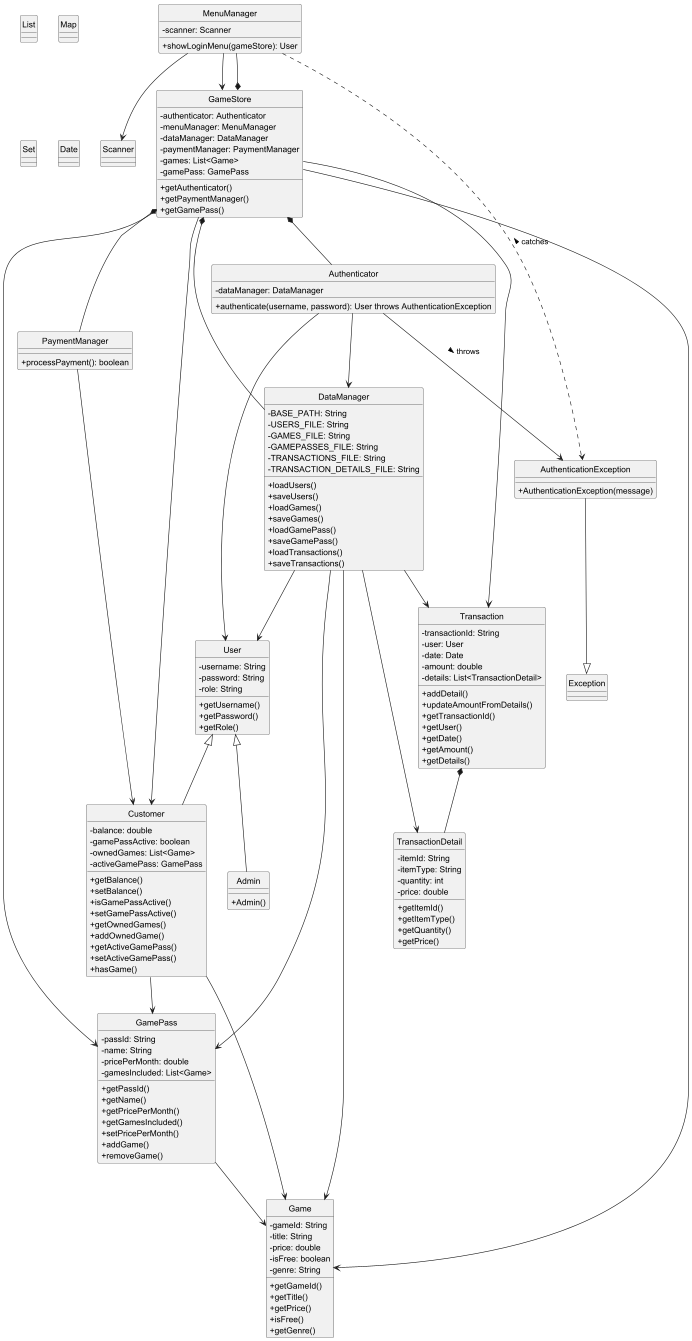
This is assets/ClassDiagram.png from Sancaaa/GameStore, a PlantUML export, as it was before one commit.
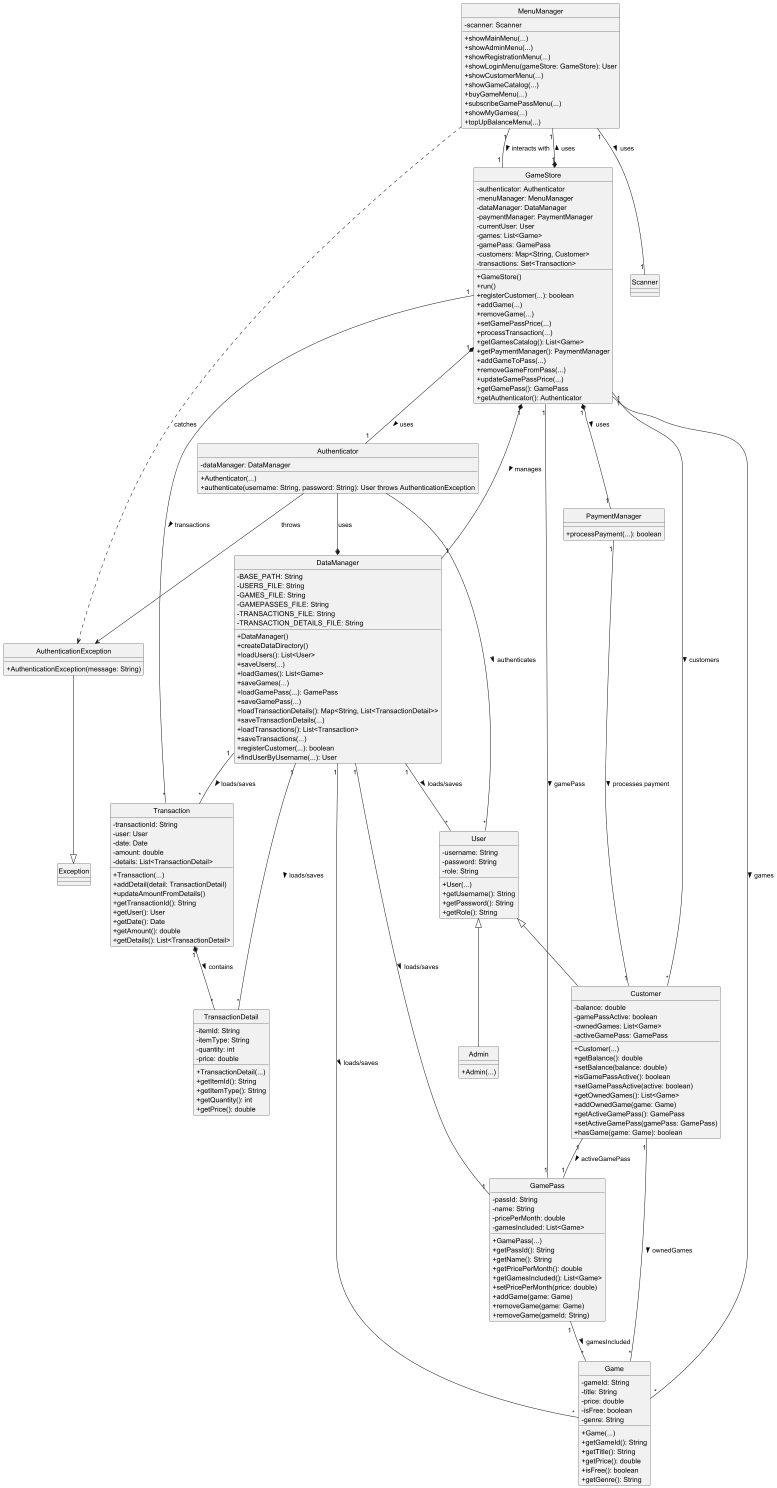
Later version of the same file.

Commit message:
insert UML, class diagram

The edit, as a diff of the source:
```diff
@@ -3,12 +3,6 @@
 skinparam classAttributeIconSize 0
 hide circle
 
-class List
-class Map
-class Set
-class Date
-class Scanner
-class Exception
 
 
 class Game {
@@ -17,20 +11,22 @@
     - price: double
     - isFree: boolean
     - genre: String
-    + getGameId()
-    + getTitle()
-    + getPrice()
-    + isFree()
-    + getGenre()
+    + Game(...)
+    + getGameId(): String
+    + getTitle(): String
+    + getPrice(): double
+    + isFree(): boolean
+    + getGenre(): String
 }
 
 class User {
     - username: String
     - password: String
     - role: String
-    + getUsername()
-    + getPassword()
-    + getRole()
+    + User(...)
+    + getUsername(): String
+    + getPassword(): String
+    + getRole(): String
 }
 
 class Customer {
@@ -38,19 +34,20 @@
     - gamePassActive: boolean
     - ownedGames: List<Game>
     - activeGamePass: GamePass
-    + getBalance()
-    + setBalance()
-    + isGamePassActive()
-    + setGamePassActive()
-    + getOwnedGames()
-    + addOwnedGame()
-    + getActiveGamePass()
-    + setActiveGamePass()
-    + hasGame()
+    + Customer(...)
+    + getBalance(): double
+    + setBalance(balance: double)
+    + isGamePassActive(): boolean
+    + setGamePassActive(active: boolean)
+    + getOwnedGames(): List<Game>
+    + addOwnedGame(game: Game)
+    + getActiveGamePass(): GamePass
+    + setActiveGamePass(gamePass: GamePass)
+    + hasGame(game: Game): boolean
 }
 
 class Admin {
-    + Admin()
+    + Admin(...)
 }
 
 class GamePass {
@@ -58,13 +55,15 @@
     - name: String
     - pricePerMonth: double
     - gamesIncluded: List<Game>
-    + getPassId()
-    + getName()
-    + getPricePerMonth()
-    + getGamesIncluded()
-    + setPricePerMonth()
-    + addGame()
-    + removeGame()
+    + GamePass(...)
+    + getPassId(): String
+    + getName(): String
+    + getPricePerMonth(): double
+    + getGamesIncluded(): List<Game>
+    + setPricePerMonth(price: double)
+    + addGame(game: Game)
+    + removeGame(game: Game)
+    + removeGame(gameId: String)
 }
 
 class Transaction {
@@ -73,13 +72,14 @@
     - date: Date
     - amount: double
     - details: List<TransactionDetail>
-    + addDetail()
+    + Transaction(...)
+    + addDetail(detail: TransactionDetail)
     + updateAmountFromDetails()
-    + getTransactionId()
-    + getUser()
-    + getDate()
-    + getAmount()
-    + getDetails()
+    + getTransactionId(): String
+    + getUser(): User
+    + getDate(): Date
+    + getAmount(): double
+    + getDetails(): List<TransactionDetail>
 }
 
 class TransactionDetail {
@@ -87,24 +87,35 @@
     - itemType: String
     - quantity: int
     - price: double
-    + getItemId()
-    + getItemType()
-    + getQuantity()
-    + getPrice()
+    + TransactionDetail(...)
+    + getItemId(): String
+    + getItemType(): String
+    + getQuantity(): int
+    + getPrice(): double
 }
 
 class Authenticator {
     - dataManager: DataManager
-    + authenticate(username, password): User throws AuthenticationException
+    + Authenticator(...)
+    + authenticate(username: String, password: String): User throws AuthenticationException
 }
 
 class AuthenticationException {
-    + AuthenticationException(message)
+    + AuthenticationException(message: String)
 }
 
 class MenuManager {
     - scanner: Scanner
-    + showLoginMenu(gameStore): User
+    + showMainMenu(...)
+    + showAdminMenu(...)
+    + showRegistrationMenu(...)
+    + showLoginMenu(gameStore: GameStore): User
+    + showCustomerMenu(...)
+    + showGameCatalog(...)
+    + buyGameMenu(...)
+    + subscribeGamePassMenu(...)
+    + showMyGames(...)
+    + topUpBalanceMenu(...)
 }
 
 class DataManager {
@@ -114,14 +125,20 @@
     - GAMEPASSES_FILE: String
     - TRANSACTIONS_FILE: String
     - TRANSACTION_DETAILS_FILE: String
-    + loadUsers()
-    + saveUsers()
-    + loadGames()
-    + saveGames()
-    + loadGamePass()
-    + saveGamePass()
-    + loadTransactions()
-    + saveTransactions()
+    + DataManager()
+    + createDataDirectory()
+    + loadUsers(): List<User>
+    + saveUsers(...)
+    + loadGames(): List<Game>
+    + saveGames(...)
+    + loadGamePass(...): GamePass
+    + saveGamePass(...)
+    + loadTransactionDetails(): Map<String, List<TransactionDetail>>
+    + saveTransactionDetails(...)
+    + loadTransactions(): List<Transaction>
+    + saveTransactions(...)
+    + registerCustomer(...): boolean
+    + findUserByUsername(...): User
 }
 
 class GameStore {
@@ -129,54 +146,67 @@
     - menuManager: MenuManager
     - dataManager: DataManager
     - paymentManager: PaymentManager
+    - currentUser: User
     - games: List<Game>
     - gamePass: GamePass
-    + getAuthenticator()
-    + getPaymentManager()
-    + getGamePass()
+    - customers: Map<String, Customer>
+    - transactions: Set<Transaction>
+    + GameStore()
+    + run()
+    + registerCustomer(...): boolean
+    + addGame(...)
+    + removeGame(...)
+    + setGamePassPrice(...)
+    + processTransaction(...)
+    + getGamesCatalog(): List<Game>
+    + getPaymentManager(): PaymentManager
+    + addGameToPass(...)
+    + removeGameFromPass(...)
+    + updateGamePassPrice(...)
+    + getGamePass(): GamePass
+    + getAuthenticator(): Authenticator
 }
 
 class PaymentManager {
-    + processPayment(): boolean
+    + processPayment(...): boolean
 }
 
 
 User <|-- Customer
 User <|-- Admin
 
-Transaction *-- TransactionDetail
+Transaction "1" *-- "*" TransactionDetail : contains >
 
-GameStore *-- DataManager
-GameStore *-- MenuManager
-GameStore *-- Authenticator
-GameStore *-- PaymentManager
-GameStore --> Game
-GameStore --> GamePass
-GameStore --> Customer
-GameStore --> Transaction
+GameStore "1" *-- "1" DataManager : manages >
+GameStore "1" *-- "1" MenuManager : uses >
+GameStore "1" *-- "1" Authenticator : uses >
+GameStore "1" *-- "1" PaymentManager : uses >
+GameStore "1" -- "*" Game : games >
+GameStore "1" -- "1" GamePass : gamePass >
+GameStore "1" -- "*" Customer : customers >
+GameStore "1" -- "*" Transaction : transactions >
 
-Customer --> Game
-Customer --> GamePass
+Customer "1" -- "*" Game : ownedGames >
+Customer "1" -- "1" GamePass : activeGamePass >
 
-GamePass --> Game
+GamePass "1" -- "*" Game : gamesIncluded >
 
-DataManager --> User
-DataManager --> Game
-DataManager --> GamePass
-DataManager --> Transaction
-DataManager --> TransactionDetail
+DataManager "1" -- "*" User : loads/saves >
+DataManager "1" -- "*" Game : loads/saves >
+DataManager "1" -- "1" GamePass : loads/saves >
+DataManager "1" -- "*" Transaction : loads/saves >
+DataManager "1" -- "*" TransactionDetail : loads/saves >
 
-MenuManager --> GameStore
-MenuManager --> Scanner
+MenuManager "1" -- "1" GameStore : interacts with >
+MenuManager "1" -- "1" Scanner : uses >
+MenuManager ..> AuthenticationException : catches
 
-Authenticator --> DataManager
-Authenticator --> User
-Authenticator --> AuthenticationException : throws >
+Authenticator --* DataManager : uses
+Authenticator --> AuthenticationException : throws
+Authenticator -- "*" User : authenticates >
 
-MenuManager ..> AuthenticationException : catches <
+PaymentManager "1" -- "1" Customer : processes payment >
 
 AuthenticationException --|> Exception
 
-PaymentManager --> Customer
-
 @enduml
```
